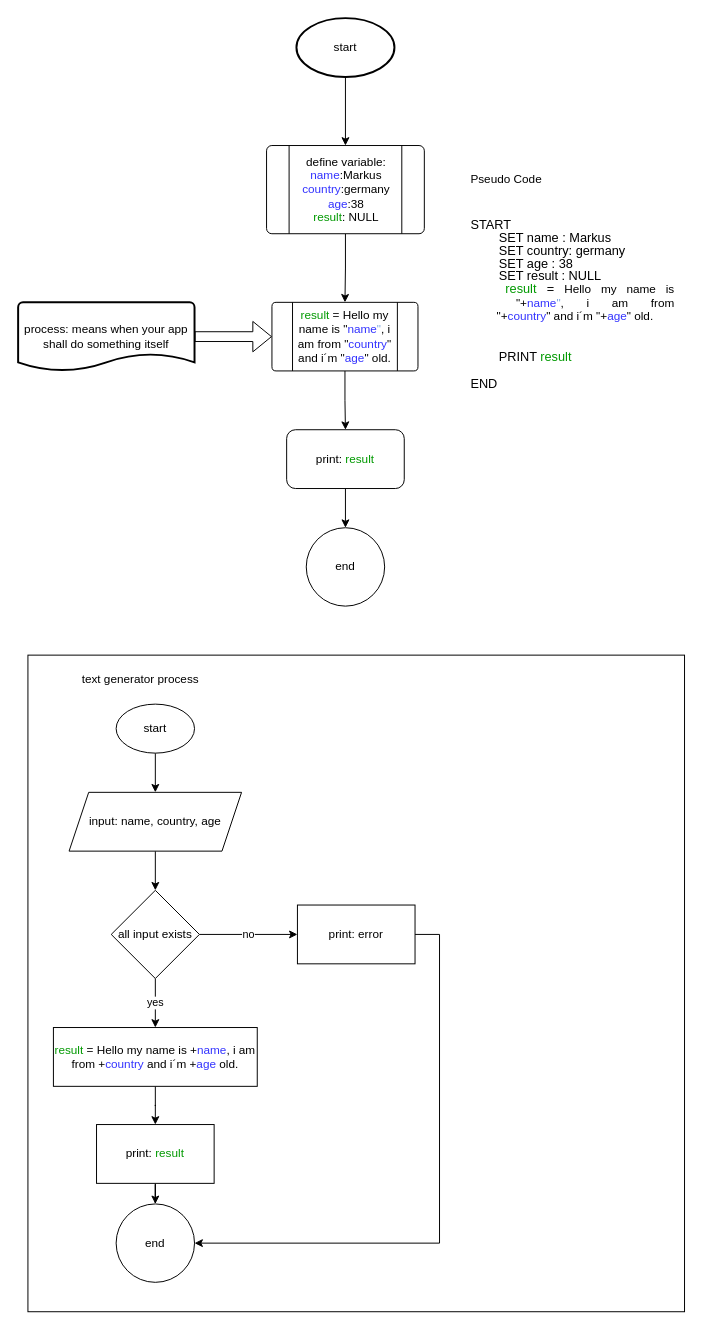
Earlier version of the draw.io diagram Dokumente/Tag 3/Hellomynameis.drawio (Mk-link/Root). Source tidied: cells renumbered, new cells numbered last; positions are measured from the earlier drawing's top-left corner, leaving out a move shared by most shapes. Both pictures are drawn from the tidied source at 98%, with x=0, y=0 at pixel (18, 18).
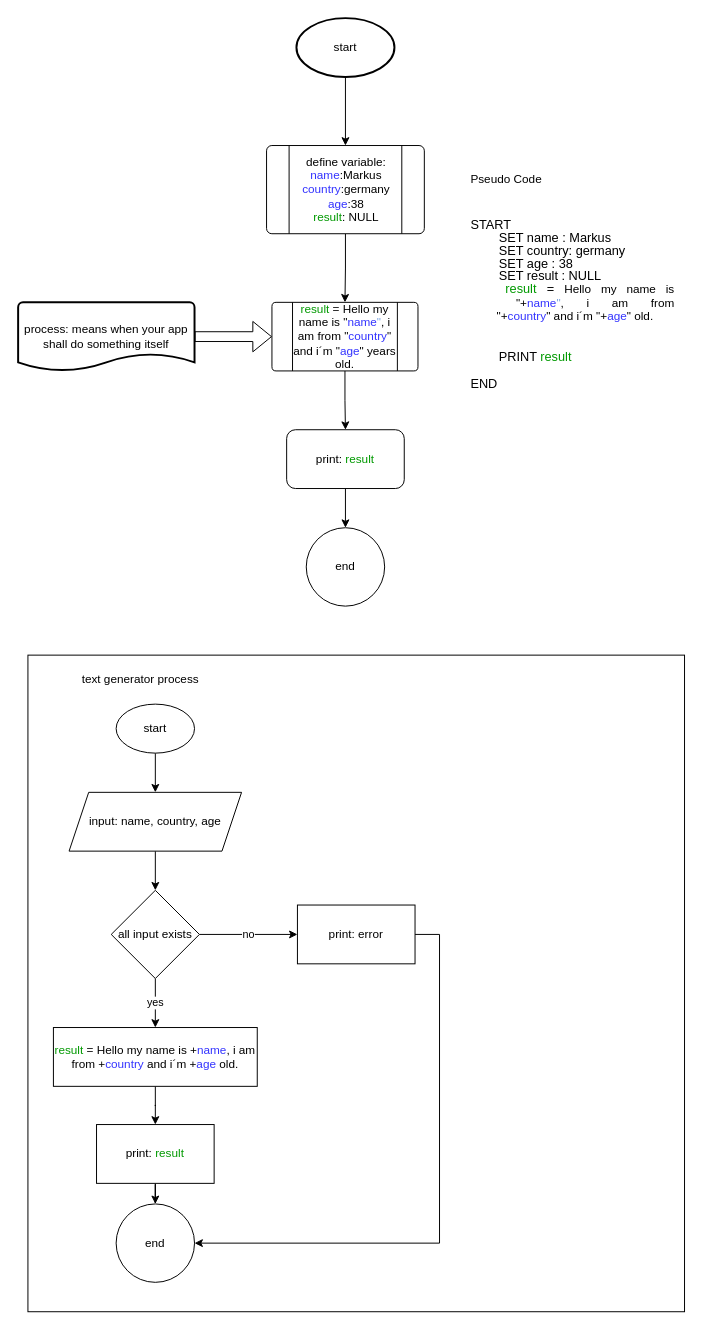
The same diagram, later.

Diff of the diagram source:
```diff
@@
-    <mxCell id="7" value="&lt;font style=&quot;color: rgb(0, 153, 0);&quot;&gt;result&lt;/font&gt; = Hello my name is &quot;&lt;font style=&quot;color: rgb(51, 51, 255);&quot;&gt;name&lt;/font&gt;&lt;font style=&quot;color: rgb(126, 166, 224);&quot;&gt;&quot;&lt;/font&gt;, i am from &quot;&lt;font style=&quot;color: rgb(51, 51, 255);&quot;&gt;country&lt;/font&gt;&quot; and i´m &quot;&lt;font style=&quot;color: rgb(51, 51, 255);&quot;&gt;age&lt;/font&gt;&quot; old." style="verticalLabelPosition=middle;verticalAlign=middle;html=1;shape=process;whiteSpace=wrap;rounded=1;size=0.14;arcSize=6;labelPosition=center;align=center;" parent="1" vertex="1">
+    <mxCell id="7" value="&lt;font style=&quot;color: rgb(0, 153, 0);&quot;&gt;result&lt;/font&gt; = Hello my name is &quot;&lt;font style=&quot;color: rgb(51, 51, 255);&quot;&gt;name&lt;/font&gt;&lt;font style=&quot;color: rgb(126, 166, 224);&quot;&gt;&quot;&lt;/font&gt;, i am from &quot;&lt;font style=&quot;color: rgb(51, 51, 255);&quot;&gt;country&lt;/font&gt;&quot; and i´m &quot;&lt;font style=&quot;color: rgb(51, 51, 255);&quot;&gt;age&lt;/font&gt;&quot; years old." style="verticalLabelPosition=middle;verticalAlign=middle;html=1;shape=process;whiteSpace=wrap;rounded=1;size=0.14;arcSize=6;labelPosition=center;align=center;" parent="1" vertex="1">
       <mxGeometry x="259" y="290" width="149" height="70" as="geometry" />
     </mxCell>
```
